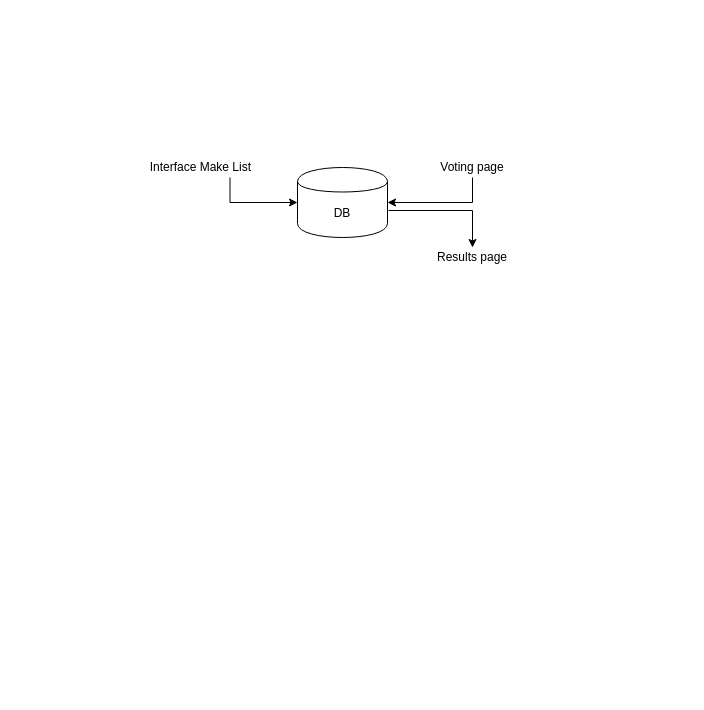
Earlier version of the draw.io diagram system.drawio (ameenaziz/lunch). Source tidied: cells renumbered, new cells numbered last; positions are measured from the earlier drawing's top-left corner, leaving out a move shared by most shapes. Both pictures are drawn from the tidied source at 100%, with x=0, y=0 at pixel (147, 157).
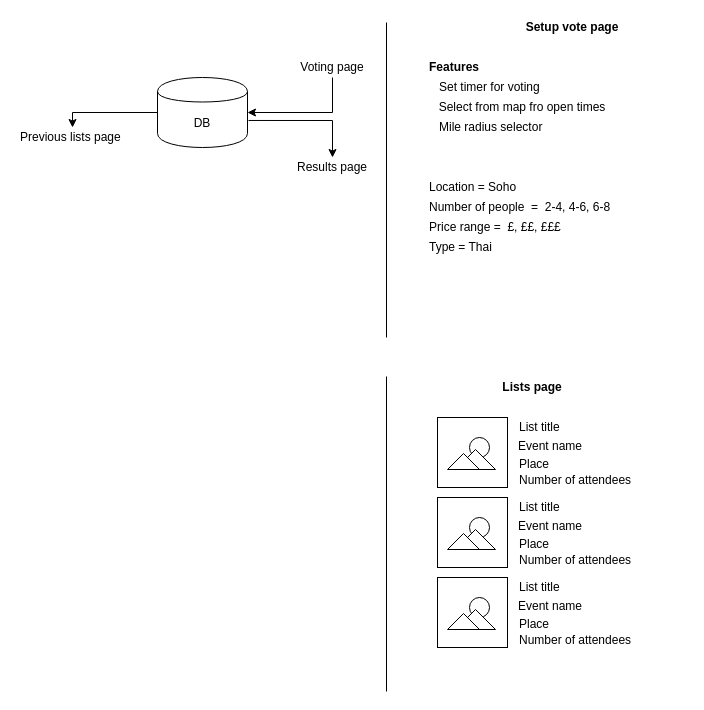
Above is the later version.

Change to the diagram source:
```diff
@@
-    <mxCell id="2" value="Interface Make List&amp;nbsp;" style="text;html=1;strokeColor=none;fillColor=none;align=center;verticalAlign=middle;whiteSpace=wrap;rounded=0;" parent="1" vertex="1">
-      <mxGeometry width="110" height="20" as="geometry" />
+    <mxCell id="2" value="Previous lists page&amp;nbsp;" style="text;html=1;strokeColor=none;fillColor=none;align=center;verticalAlign=middle;whiteSpace=wrap;rounded=0;" parent="1" vertex="1">
+      <mxGeometry x="-130" y="-30" width="110" height="20" as="geometry" />
     </mxCell>
     <mxCell id="3" value="DB" style="shape=cylinder;whiteSpace=wrap;html=1;boundedLbl=1;backgroundOutline=1;" parent="1" vertex="1">
-      <mxGeometry x="150" y="10" width="90" height="70" as="geometry" />
+      <mxGeometry x="10" y="-80" width="90" height="70" as="geometry" />
     </mxCell>
@@
     <mxCell id="5" value="Voting page" style="text;html=1;strokeColor=none;fillColor=none;align=center;verticalAlign=middle;whiteSpace=wrap;rounded=0;" parent="1" vertex="1">
-      <mxGeometry x="270" width="110" height="20" as="geometry" />
+      <mxGeometry x="130" y="-100" width="110" height="20" as="geometry" />
     </mxCell>
     <mxCell id="6" style="edgeStyle=orthogonalEdgeStyle;rounded=0;jettySize=auto;html=1;exitX=1.011;exitY=0.614;exitDx=0;exitDy=0;entryX=0.5;entryY=0;entryDx=0;entryDy=0;exitPerimeter=0;" parent="1" edge="1" source="3" target="7">
       <mxGeometry relative="1" as="geometry">
         <Array as="points">
-          <mxPoint x="325" y="53" />
+          <mxPoint x="185" y="-37" />
         </Array>
       </mxGeometry>
     </mxCell>
     <mxCell id="7" value="Results page" style="text;html=1;strokeColor=none;fillColor=none;align=center;verticalAlign=middle;whiteSpace=wrap;rounded=0;" parent="1" vertex="1">
-      <mxGeometry x="270" y="90" width="110" height="20" as="geometry" />
+      <mxGeometry x="130" width="110" height="20" as="geometry" />
     </mxCell>
-    <mxCell id="8" style="edgeStyle=orthogonalEdgeStyle;rounded=0;jettySize=auto;html=1;exitX=0.75;exitY=1;exitDx=0;exitDy=0;" parent="1" edge="1" source="2" target="3">
-      <mxGeometry relative="1" as="geometry" />
+    <mxCell id="8" style="edgeStyle=orthogonalEdgeStyle;rounded=0;jettySize=auto;html=1;entryX=0.5;entryY=0;entryDx=0;entryDy=0;" parent="1" edge="1" source="3" target="2">
+      <mxGeometry relative="1" as="geometry">
+        <Array as="points">
+          <mxPoint x="-75" y="-45" />
+        </Array>
+      </mxGeometry>
     </mxCell>
+    <mxCell id="9" style="endArrow=none;html=1;" parent="1" edge="1">
+      <mxGeometry relative="1" as="geometry">
+        <mxPoint x="239" y="180" as="sourcePoint" />
+        <mxPoint x="239" y="-135" as="targetPoint" />
+      </mxGeometry>
+    </mxCell>
+    <mxCell id="10" value="Setup vote page" style="text;html=1;strokeColor=none;fillColor=none;align=center;verticalAlign=middle;whiteSpace=wrap;rounded=0;fontStyle=1;" parent="1" vertex="1">
+      <mxGeometry x="370" y="-140" width="110" height="20" as="geometry" />
+    </mxCell>
+    <mxCell id="11" value="Select from map fro open times" style="text;html=1;strokeColor=none;fillColor=none;align=center;verticalAlign=middle;whiteSpace=wrap;rounded=0;" parent="1" vertex="1">
+      <mxGeometry x="290" y="-60" width="170" height="20" as="geometry" />
+    </mxCell>
+    <mxCell id="12" value="Set timer for voting&amp;nbsp;" style="text;html=1;strokeColor=none;fillColor=none;align=left;verticalAlign=middle;whiteSpace=wrap;rounded=0;" parent="1" vertex="1">
+      <mxGeometry x="290" y="-80" width="170" height="20" as="geometry" />
+    </mxCell>
+    <mxCell id="13" value="Mile radius selector" style="text;html=1;strokeColor=none;fillColor=none;align=left;verticalAlign=middle;whiteSpace=wrap;rounded=0;" parent="1" vertex="1">
+      <mxGeometry x="290" y="-40" width="170" height="20" as="geometry" />
+    </mxCell>
+    <mxCell id="14" value="Features&amp;nbsp;" style="text;html=1;strokeColor=none;fillColor=none;align=left;verticalAlign=middle;whiteSpace=wrap;rounded=0;fontStyle=1;" parent="1" vertex="1">
+      <mxGeometry x="280" y="-100" width="170" height="20" as="geometry" />
+    </mxCell>
+    <mxCell id="15" value="Location = Soho" style="text;html=1;strokeColor=none;fillColor=none;align=left;verticalAlign=middle;whiteSpace=wrap;rounded=0;" parent="1" vertex="1">
+      <mxGeometry x="280" y="20" width="170" height="20" as="geometry" />
+    </mxCell>
+    <mxCell id="16" value="Number of people&amp;nbsp; =&amp;nbsp; 2-4, 4-6, 6-8" style="text;html=1;strokeColor=none;fillColor=none;align=left;verticalAlign=middle;whiteSpace=wrap;rounded=0;" parent="1" vertex="1">
+      <mxGeometry x="280" y="40" width="190" height="20" as="geometry" />
+    </mxCell>
+    <mxCell id="17" value="Price range =&amp;nbsp; £, ££, £££" style="text;html=1;strokeColor=none;fillColor=none;align=left;verticalAlign=middle;whiteSpace=wrap;rounded=0;" parent="1" vertex="1">
+      <mxGeometry x="280" y="60" width="190" height="20" as="geometry" />
+    </mxCell>
+    <mxCell id="18" value="Type = Thai&amp;nbsp;" style="text;html=1;strokeColor=none;fillColor=none;align=left;verticalAlign=middle;whiteSpace=wrap;rounded=0;" parent="1" vertex="1">
+      <mxGeometry x="280" y="80" width="190" height="20" as="geometry" />
+    </mxCell>
+    <mxCell id="19" style="group;" parent="1" vertex="1">
+      <mxGeometry x="290" y="320" width="48" height="70" as="geometry" />
+    </mxCell>
+    <mxCell id="20" style="group;" parent="19" vertex="1">
+      <mxGeometry x="-10" y="-40" width="58" height="110" as="geometry" />
+    </mxCell>
+    <mxCell id="21" style="group;" parent="1" vertex="1">
+      <mxGeometry x="290" y="260" width="250" height="73" as="geometry" />
+    </mxCell>
+    <mxCell id="22" style="whiteSpace=wrap;html=1;fontStyle=0;" parent="21" vertex="1">
+      <mxGeometry width="70" height="70" as="geometry" />
+    </mxCell>
+    <mxCell id="23" value="List title&amp;nbsp;" style="text;html=1;strokeColor=none;fillColor=none;align=left;verticalAlign=middle;whiteSpace=wrap;rounded=0;" parent="21" vertex="1">
+      <mxGeometry x="80" width="170" height="20" as="geometry" />
+    </mxCell>
+    <mxCell id="24" value="Event name" style="text;html=1;strokeColor=none;fillColor=none;align=left;verticalAlign=middle;whiteSpace=wrap;rounded=0;" parent="21" vertex="1">
+      <mxGeometry x="79" y="19" width="170" height="20" as="geometry" />
+    </mxCell>
+    <mxCell id="25" value="Place" style="text;html=1;strokeColor=none;fillColor=none;align=left;verticalAlign=middle;whiteSpace=wrap;rounded=0;" parent="21" vertex="1">
+      <mxGeometry x="80" y="37" width="170" height="20" as="geometry" />
+    </mxCell>
+    <mxCell id="26" value="Number of attendees&amp;nbsp;" style="text;html=1;strokeColor=none;fillColor=none;align=left;verticalAlign=middle;whiteSpace=wrap;rounded=0;" parent="21" vertex="1">
+      <mxGeometry x="80" y="53" width="170" height="20" as="geometry" />
+    </mxCell>
+    <mxCell id="27" style="group;" parent="21" vertex="1">
+      <mxGeometry width="70" height="70" as="geometry" />
+    </mxCell>
+    <mxCell id="28" style="group;" parent="27" vertex="1">
+      <mxGeometry x="10" y="20" width="48" height="32" as="geometry" />
+    </mxCell>
+    <mxCell id="29" style="group;" parent="28" vertex="1">
+      <mxGeometry x="22" width="20" height="20" as="geometry" />
+    </mxCell>
+    <mxCell id="30" style="ellipse;whiteSpace=wrap;html=1;" parent="29" vertex="1">
+      <mxGeometry width="20" height="20" as="geometry" />
+    </mxCell>
+    <mxCell id="31" style="group;" parent="28" vertex="1">
+      <mxGeometry y="12" width="48" height="20" as="geometry" />
+    </mxCell>
+    <mxCell id="32" style="group;" parent="31" vertex="1">
+      <mxGeometry width="48" height="20" as="geometry" />
+    </mxCell>
+    <mxCell id="33" style="group;" parent="32" vertex="1">
+      <mxGeometry width="48" height="20" as="geometry" />
+    </mxCell>
+    <mxCell id="34" style="triangle;whiteSpace=wrap;html=1;rotation=-90;" parent="33" vertex="1">
+      <mxGeometry x="18" y="-10" width="20" height="40" as="geometry" />
+    </mxCell>
+    <mxCell id="35" style="triangle;whiteSpace=wrap;html=1;rotation=-90;" parent="33" vertex="1">
+      <mxGeometry x="8" y="-4" width="16" height="32" as="geometry" />
+    </mxCell>
+    <mxCell id="36" style="group;" parent="1" vertex="1">
+      <mxGeometry x="290" y="340" width="250" height="73" as="geometry" />
+    </mxCell>
+    <mxCell id="37" style="whiteSpace=wrap;html=1;fontStyle=0;" parent="36" vertex="1">
+      <mxGeometry width="70" height="70" as="geometry" />
+    </mxCell>
+    <mxCell id="38" value="List title&amp;nbsp;" style="text;html=1;strokeColor=none;fillColor=none;align=left;verticalAlign=middle;whiteSpace=wrap;rounded=0;" parent="36" vertex="1">
+      <mxGeometry x="80" width="170" height="20" as="geometry" />
+    </mxCell>
+    <mxCell id="39" value="Event name" style="text;html=1;strokeColor=none;fillColor=none;align=left;verticalAlign=middle;whiteSpace=wrap;rounded=0;" parent="36" vertex="1">
+      <mxGeometry x="79" y="19" width="170" height="20" as="geometry" />
+    </mxCell>
+    <mxCell id="40" value="Place" style="text;html=1;strokeColor=none;fillColor=none;align=left;verticalAlign=middle;whiteSpace=wrap;rounded=0;" parent="36" vertex="1">
+      <mxGeometry x="80" y="37" width="170" height="20" as="geometry" />
+    </mxCell>
+    <mxCell id="41" value="Number of attendees&amp;nbsp;" style="text;html=1;strokeColor=none;fillColor=none;align=left;verticalAlign=middle;whiteSpace=wrap;rounded=0;" parent="36" vertex="1">
+      <mxGeometry x="80" y="53" width="170" height="20" as="geometry" />
+    </mxCell>
+    <mxCell id="42" style="group;" parent="36" vertex="1">
+      <mxGeometry width="70" height="70" as="geometry" />
+    </mxCell>
+    <mxCell id="43" style="group;" parent="42" vertex="1">
+      <mxGeometry x="10" y="20" width="48" height="32" as="geometry" />
+    </mxCell>
+    <mxCell id="44" style="group;" parent="43" vertex="1">
+      <mxGeometry x="22" width="20" height="20" as="geometry" />
+    </mxCell>
+    <mxCell id="45" style="ellipse;whiteSpace=wrap;html=1;" parent="44" vertex="1">
+      <mxGeometry width="20" height="20" as="geometry" />
+    </mxCell>
+    <mxCell id="46" style="group;" parent="43" vertex="1">
+      <mxGeometry y="12" width="48" height="20" as="geometry" />
+    </mxCell>
+    <mxCell id="47" style="group;" parent="46" vertex="1">
+      <mxGeometry width="48" height="20" as="geometry" />
+    </mxCell>
+    <mxCell id="48" style="group;" parent="47" vertex="1">
+      <mxGeometry width="48" height="20" as="geometry" />
+    </mxCell>
+    <mxCell id="49" style="triangle;whiteSpace=wrap;html=1;rotation=-90;" parent="48" vertex="1">
+      <mxGeometry x="18" y="-10" width="20" height="40" as="geometry" />
+    </mxCell>
+    <mxCell id="50" style="triangle;whiteSpace=wrap;html=1;rotation=-90;" parent="48" vertex="1">
+      <mxGeometry x="8" y="-4" width="16" height="32" as="geometry" />
+    </mxCell>
+    <mxCell id="51" style="group;" parent="1" vertex="1">
+      <mxGeometry x="290" y="420" width="250" height="73" as="geometry" />
+    </mxCell>
+    <mxCell id="52" style="whiteSpace=wrap;html=1;fontStyle=0;" parent="51" vertex="1">
+      <mxGeometry width="70" height="70" as="geometry" />
+    </mxCell>
+    <mxCell id="53" value="List title&amp;nbsp;" style="text;html=1;strokeColor=none;fillColor=none;align=left;verticalAlign=middle;whiteSpace=wrap;rounded=0;" parent="51" vertex="1">
+      <mxGeometry x="80" width="170" height="20" as="geometry" />
+    </mxCell>
+    <mxCell id="54" value="Event name" style="text;html=1;strokeColor=none;fillColor=none;align=left;verticalAlign=middle;whiteSpace=wrap;rounded=0;" parent="51" vertex="1">
+      <mxGeometry x="79" y="19" width="170" height="20" as="geometry" />
+    </mxCell>
+    <mxCell id="55" value="Place" style="text;html=1;strokeColor=none;fillColor=none;align=left;verticalAlign=middle;whiteSpace=wrap;rounded=0;" parent="51" vertex="1">
+      <mxGeometry x="80" y="37" width="170" height="20" as="geometry" />
+    </mxCell>
+    <mxCell id="56" value="Number of attendees&amp;nbsp;" style="text;html=1;strokeColor=none;fillColor=none;align=left;verticalAlign=middle;whiteSpace=wrap;rounded=0;" parent="51" vertex="1">
+      <mxGeometry x="80" y="53" width="170" height="20" as="geometry" />
+    </mxCell>
+    <mxCell id="57" style="group;" parent="51" vertex="1">
+      <mxGeometry width="70" height="70" as="geometry" />
+    </mxCell>
+    <mxCell id="58" style="group;" parent="57" vertex="1">
+      <mxGeometry x="10" y="20" width="48" height="32" as="geometry" />
+    </mxCell>
+    <mxCell id="59" style="group;" parent="58" vertex="1">
+      <mxGeometry x="22" width="20" height="20" as="geometry" />
+    </mxCell>
+    <mxCell id="60" style="ellipse;whiteSpace=wrap;html=1;" parent="59" vertex="1">
+      <mxGeometry width="20" height="20" as="geometry" />
+    </mxCell>
+    <mxCell id="61" style="group;" parent="58" vertex="1">
+      <mxGeometry y="12" width="48" height="20" as="geometry" />
+    </mxCell>
+    <mxCell id="62" style="group;" parent="61" vertex="1">
+      <mxGeometry width="48" height="20" as="geometry" />
+    </mxCell>
+    <mxCell id="63" style="group;" parent="62" vertex="1">
+      <mxGeometry width="48" height="20" as="geometry" />
+    </mxCell>
+    <mxCell id="64" style="triangle;whiteSpace=wrap;html=1;rotation=-90;" parent="63" vertex="1">
+      <mxGeometry x="18" y="-10" width="20" height="40" as="geometry" />
+    </mxCell>
+    <mxCell id="65" style="triangle;whiteSpace=wrap;html=1;rotation=-90;" parent="63" vertex="1">
+      <mxGeometry x="8" y="-4" width="16" height="32" as="geometry" />
+    </mxCell>
+    <mxCell id="66" style="endArrow=none;html=1;" parent="1" edge="1">
+      <mxGeometry relative="1" as="geometry">
+        <mxPoint x="239" y="534" as="sourcePoint" />
+        <mxPoint x="239" y="219" as="targetPoint" />
+      </mxGeometry>
+    </mxCell>
+    <mxCell id="67" value="Lists page" style="text;html=1;strokeColor=none;fillColor=none;align=center;verticalAlign=middle;whiteSpace=wrap;rounded=0;fontStyle=1;" parent="1" vertex="1">
+      <mxGeometry x="330" y="220" width="110" height="20" as="geometry" />
+    </mxCell>
```
